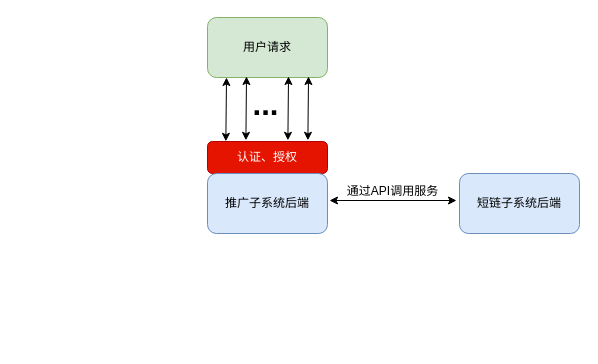
The draw.io diagram 推广子系统.drawio in ndb000901/diagrams, before the edit. Source tidied: cells renumbered, new cells numbered last; positions are measured from the earlier drawing's top-left corner, leaving out a move shared by most shapes. Both pictures are drawn from the tidied source at 100%, with x=0, y=0 at pixel (207, 17).
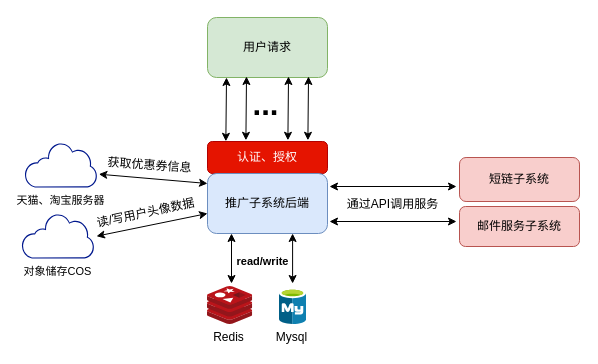
The same page after the edit.

Commit message:
更新推广子系统.drawio

Change to the diagram source:
```diff
@@
     <mxCell id="10" value="&lt;font style=&quot;font-size: 12px;&quot;&gt;通过API调用服务&lt;/font&gt;" style="text;html=1;align=center;verticalAlign=middle;strokeColor=none;fillColor=none;fontSize=31;" parent="1" vertex="1">
-      <mxGeometry x="134" y="143" width="101" height="47" as="geometry" />
+      <mxGeometry x="134" y="156" width="101" height="47" as="geometry" />
     </mxCell>
     <mxCell id="11" style="endArrow=classic;startArrow=classic;html=1;rounded=0;fontSize=12;" parent="1" edge="1">
       <mxGeometry relative="1" as="geometry">
-        <mxPoint x="122" y="183" as="sourcePoint" />
-        <mxPoint x="249" y="183" as="targetPoint" />
+        <mxPoint x="122" y="169" as="sourcePoint" />
+        <mxPoint x="249" y="169" as="targetPoint" />
       </mxGeometry>
     </mxCell>
-    <mxCell id="12" value="短链子系统后端" style="rounded=1;whiteSpace=wrap;html=1;fillColor=#dae8fc;strokeColor=#6c8ebf;" parent="1" vertex="1">
-      <mxGeometry x="252" y="156" width="120" height="60" as="geometry" />
+    <mxCell id="12" value="短链子系统" style="rounded=1;whiteSpace=wrap;html=1;fillColor=#f8cecc;strokeColor=#b85450;" parent="1" vertex="1">
+      <mxGeometry x="252" y="140" width="120" height="44" as="geometry" />
     </mxCell>
+    <mxCell id="13" value="邮件服务子系统" style="rounded=1;whiteSpace=wrap;html=1;fillColor=#f8cecc;strokeColor=#b85450;" parent="1" vertex="1">
+      <mxGeometry x="252" y="189" width="120" height="40" as="geometry" />
+    </mxCell>
+    <mxCell id="14" style="endArrow=classic;startArrow=classic;html=1;rounded=0;fontSize=12;" parent="1" edge="1">
+      <mxGeometry relative="1" as="geometry">
+        <mxPoint x="122" y="204" as="sourcePoint" />
+        <mxPoint x="249" y="204" as="targetPoint" />
+      </mxGeometry>
+    </mxCell>
+    <mxCell id="15" value="天猫、淘宝服务器" style="sketch=0;shadow=0;dashed=0;html=1;strokeColor=none;labelPosition=center;verticalLabelPosition=bottom;verticalAlign=top;align=center;fillColor=#00188D;shape=mxgraph.mscae.enterprise.internet_hollow;fontFamily=Helvetica;fontSize=11;fontColor=default;" parent="1" vertex="1">
+      <mxGeometry x="-183" y="125" width="72.6" height="45" as="geometry" />
+    </mxCell>
+    <mxCell id="16" value="对象储存COS" style="sketch=0;shadow=0;dashed=0;html=1;strokeColor=none;labelPosition=center;verticalLabelPosition=bottom;verticalAlign=top;align=center;fillColor=#00188D;shape=mxgraph.mscae.enterprise.internet_hollow;fontFamily=Helvetica;fontSize=11;fontColor=default;" parent="1" vertex="1">
+      <mxGeometry x="-186" y="196" width="72.6" height="45" as="geometry" />
+    </mxCell>
+    <mxCell id="17" style="endArrow=classic;startArrow=classic;html=1;rounded=0;exitX=1.024;exitY=0.704;exitDx=0;exitDy=0;exitPerimeter=0;" parent="1" edge="1" source="15">
+      <mxGeometry relative="1" as="geometry">
+        <mxPoint y="166" as="targetPoint" />
+      </mxGeometry>
+    </mxCell>
+    <mxCell id="18" style="endArrow=classic;startArrow=classic;html=1;rounded=0;exitX=1.033;exitY=0.504;exitDx=0;exitDy=0;exitPerimeter=0;" parent="1" edge="1" source="16">
+      <mxGeometry relative="1" as="geometry">
+        <mxPoint y="196" as="targetPoint" />
+      </mxGeometry>
+    </mxCell>
+    <mxCell id="19" style="sketch=0;html=1;align=center;image;fontSize=12;image=img/lib/mscae/Cache_Redis_Product.svg;dashed=1;fontFamily=Helvetica;fontColor=default;" parent="1" vertex="1">
+      <mxGeometry y="269" width="45.2" height="38" as="geometry" />
+    </mxCell>
+    <mxCell id="20" style="sketch=0;html=1;align=center;image;fontSize=12;image=img/lib/mscae/Azure_Database_for_MySQL_servers.svg;dashed=1;fontFamily=Helvetica;fontColor=default;" parent="1" vertex="1">
+      <mxGeometry x="72" y="271.5" width="27" height="35.5" as="geometry" />
+    </mxCell>
+    <mxCell id="21" style="endArrow=classic;startArrow=classic;html=1;rounded=0;" parent="1" edge="1">
+      <mxGeometry relative="1" as="geometry">
+        <mxPoint x="24" y="266" as="sourcePoint" />
+        <mxPoint x="24" y="216" as="targetPoint" />
+      </mxGeometry>
+    </mxCell>
+    <mxCell id="22" style="endArrow=classic;startArrow=classic;html=1;rounded=0;" parent="1" edge="1">
+      <mxGeometry relative="1" as="geometry">
+        <mxPoint x="85.1" y="266" as="sourcePoint" />
+        <mxPoint x="85.1" y="216" as="targetPoint" />
+      </mxGeometry>
+    </mxCell>
+    <mxCell id="23" value="&lt;span style=&quot;font-size: 11px; font-weight: 700;&quot;&gt;read/write&lt;/span&gt;" style="text;html=1;align=center;verticalAlign=middle;strokeColor=none;fillColor=none;" parent="1" vertex="1">
+      <mxGeometry x="21" y="235" width="67" height="18" as="geometry" />
+    </mxCell>
+    <mxCell id="24" value="获取优惠券信息" style="text;html=1;align=center;verticalAlign=middle;strokeColor=none;fillColor=none;rotation=4;" parent="1" vertex="1">
+      <mxGeometry x="-105" y="139" width="94" height="18" as="geometry" />
+    </mxCell>
+    <mxCell id="25" value="读/写用户头像数据" style="text;html=1;align=center;verticalAlign=middle;strokeColor=none;fillColor=none;rotation=348;" parent="1" vertex="1">
+      <mxGeometry x="-117" y="187" width="109" height="18" as="geometry" />
+    </mxCell>
+    <mxCell id="26" value="Redis" style="text;html=1;align=center;verticalAlign=middle;strokeColor=none;fillColor=none;" parent="1" vertex="1">
+      <mxGeometry y="311" width="41" height="18" as="geometry" />
+    </mxCell>
+    <mxCell id="27" value="Mysql" style="text;html=1;align=center;verticalAlign=middle;strokeColor=none;fillColor=none;" parent="1" vertex="1">
+      <mxGeometry x="63" y="311" width="41" height="18" as="geometry" />
+    </mxCell>
```
